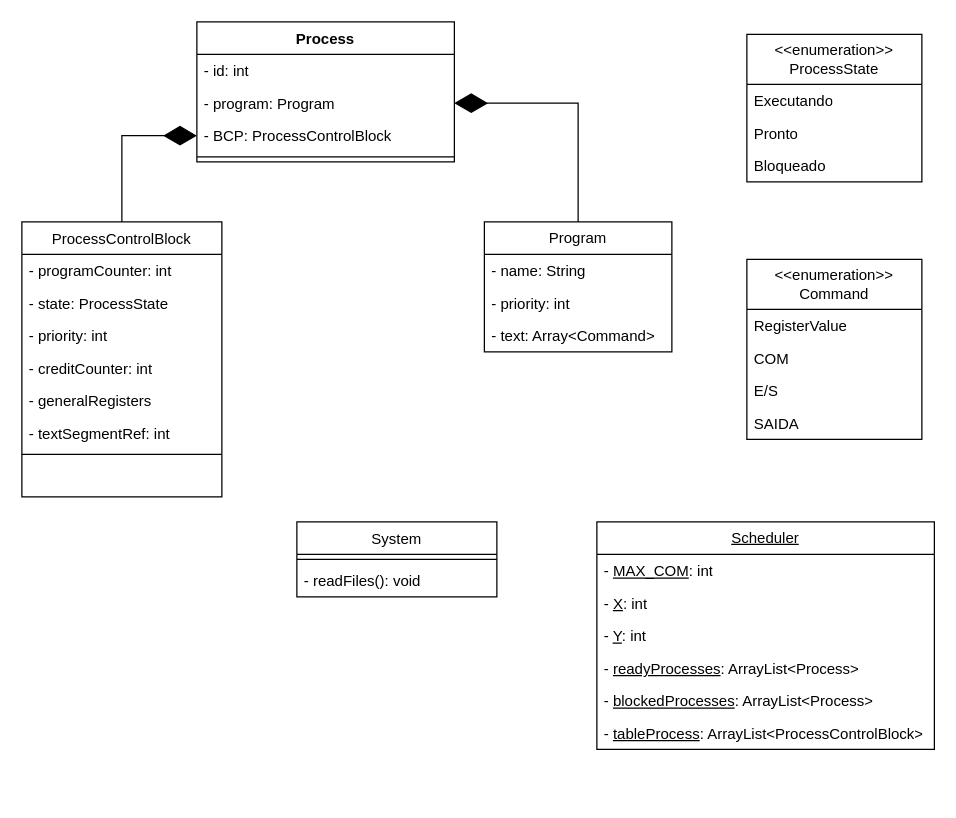
le-affes/ep_so keeps this draw.io diagram as ClassDiagram.drawio. Above is the earlier version. Source tidied: cells renumbered, new cells numbered last; positions are measured from the earlier drawing's top-left corner, leaving out a move shared by most shapes. Both pictures are drawn from the tidied source at 125%, with x=0, y=0 at pixel (21, 21).
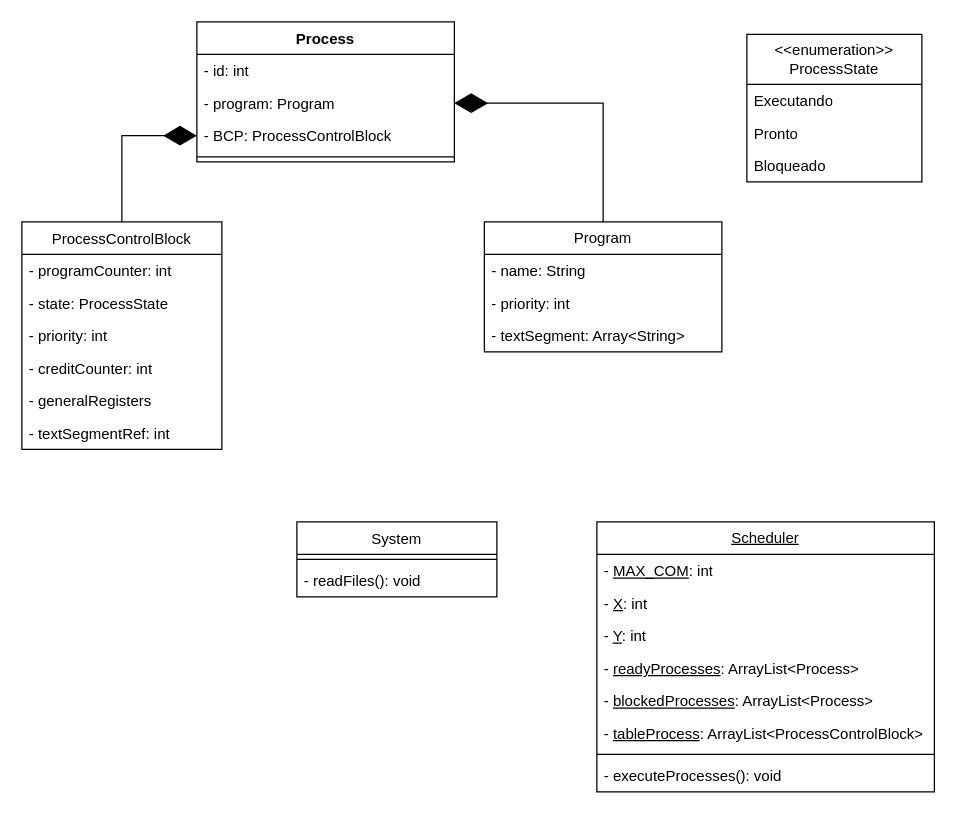
The same page after the edit.

What changed in the source:
```diff
@@
     <mxCell id="3" value="ProcessControlBlock" style="swimlane;fontStyle=0;align=center;verticalAlign=top;horizontal=1;startSize=26;rounded=0;shadow=0;strokeWidth=1;" parent="1" vertex="1">
-      <mxGeometry y="160" width="160" height="220" as="geometry" />
+      <mxGeometry y="160" width="160" height="182" as="geometry" />
     </mxCell>
@@
-    <mxCell id="10" style="line;html=1;strokeWidth=1;align=left;verticalAlign=middle;spacingTop=-1;spacingLeft=3;spacingRight=3;labelPosition=right;" parent="3" vertex="1">
-      <mxGeometry y="182" width="160" height="8" as="geometry" />
-    </mxCell>
@@
     <mxCell id="16" value="&lt;u&gt;Scheduler&lt;/u&gt;" style="swimlane;fontStyle=0;horizontal=1;startSize=26;fillColor=none;whiteSpace=wrap;html=1;" parent="1" vertex="1">
-      <mxGeometry x="460" y="400" width="270" height="182" as="geometry" />
+      <mxGeometry x="460" y="400" width="270" height="216" as="geometry" />
     </mxCell>
@@
+    <mxCell id="40" style="line;html=1;strokeWidth=1;align=left;verticalAlign=middle;spacingTop=-1;spacingLeft=3;spacingRight=3;labelPosition=right;" parent="16" vertex="1">
+      <mxGeometry y="182" width="270" height="8" as="geometry" />
+    </mxCell>
+    <mxCell id="41" value="- executeProcesses(): void" style="text;align=left;verticalAlign=top;spacingLeft=4;spacingRight=4;overflow=hidden;" parent="16" vertex="1">
+      <mxGeometry y="190" width="270" height="26" as="geometry" />
+    </mxCell>
@@
     <mxCell id="28" value="Program" style="swimlane;fontStyle=0;horizontal=1;startSize=26;fillColor=none;whiteSpace=wrap;html=1;" parent="1" vertex="1">
-      <mxGeometry x="370" y="160" width="150" height="104" as="geometry" />
+      <mxGeometry x="370" y="160" width="190" height="104" as="geometry" />
     </mxCell>
     <mxCell id="29" value="- name: String" style="text;strokeColor=none;fillColor=none;align=left;verticalAlign=top;spacingLeft=4;spacingRight=4;overflow=hidden;whiteSpace=wrap;html=1;" parent="28" vertex="1">
-      <mxGeometry y="26" width="150" height="26" as="geometry" />
+      <mxGeometry y="26" width="190" height="26" as="geometry" />
     </mxCell>
     <mxCell id="30" value="- priority: int" style="text;strokeColor=none;fillColor=none;align=left;verticalAlign=top;spacingLeft=4;spacingRight=4;overflow=hidden;whiteSpace=wrap;html=1;" parent="28" vertex="1">
-      <mxGeometry y="52" width="150" height="26" as="geometry" />
+      <mxGeometry y="52" width="190" height="26" as="geometry" />
     </mxCell>
-    <mxCell id="31" value="- text: Array&amp;lt;Command&amp;gt;" style="text;strokeColor=none;fillColor=none;align=left;verticalAlign=top;spacingLeft=4;spacingRight=4;overflow=hidden;whiteSpace=wrap;html=1;" parent="28" vertex="1">
-      <mxGeometry y="78" width="150" height="26" as="geometry" />
+    <mxCell id="31" value="- textSegment: Array&amp;lt;String&amp;gt;" style="text;strokeColor=none;fillColor=none;align=left;verticalAlign=top;spacingLeft=4;spacingRight=4;overflow=hidden;whiteSpace=wrap;html=1;" parent="28" vertex="1">
+      <mxGeometry y="78" width="190" height="26" as="geometry" />
     </mxCell>
@@
-    <mxCell id="35" value="&amp;lt;&amp;lt;enumeration&amp;gt;&amp;gt;&lt;br&gt;Command" style="swimlane;fontStyle=0;horizontal=1;startSize=40;fillColor=none;whiteSpace=wrap;html=1;" parent="1" vertex="1">
-      <mxGeometry x="580" y="190" width="140" height="144" as="geometry" />
-    </mxCell>
-    <mxCell id="36" value="RegisterValue" style="text;strokeColor=none;fillColor=none;align=left;verticalAlign=top;spacingLeft=4;spacingRight=4;overflow=hidden;whiteSpace=wrap;html=1;" parent="35" vertex="1">
-      <mxGeometry y="40" width="140" height="26" as="geometry" />
-    </mxCell>
-    <mxCell id="37" value="COM" style="text;strokeColor=none;fillColor=none;align=left;verticalAlign=top;spacingLeft=4;spacingRight=4;overflow=hidden;whiteSpace=wrap;html=1;" parent="35" vertex="1">
-      <mxGeometry y="66" width="140" height="26" as="geometry" />
-    </mxCell>
-    <mxCell id="38" value="E/S" style="text;strokeColor=none;fillColor=none;align=left;verticalAlign=top;spacingLeft=4;spacingRight=4;overflow=hidden;whiteSpace=wrap;html=1;" parent="35" vertex="1">
-      <mxGeometry y="92" width="140" height="26" as="geometry" />
-    </mxCell>
-    <mxCell id="39" value="SAIDA" style="text;strokeColor=none;fillColor=none;align=left;verticalAlign=top;spacingLeft=4;spacingRight=4;overflow=hidden;whiteSpace=wrap;html=1;" parent="35" vertex="1">
-      <mxGeometry y="118" width="140" height="26" as="geometry" />
-    </mxCell>
```
